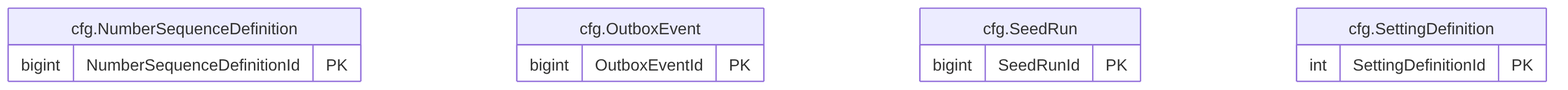
This is treasury-platform/docs/diagrams/erd/m0_config_3.png from thawrasy/smartlines, a Mermaid export, as it was before one commit. Its source is kept beside it as treasury-platform/docs/diagrams/erd/m0_config_3.mmd.
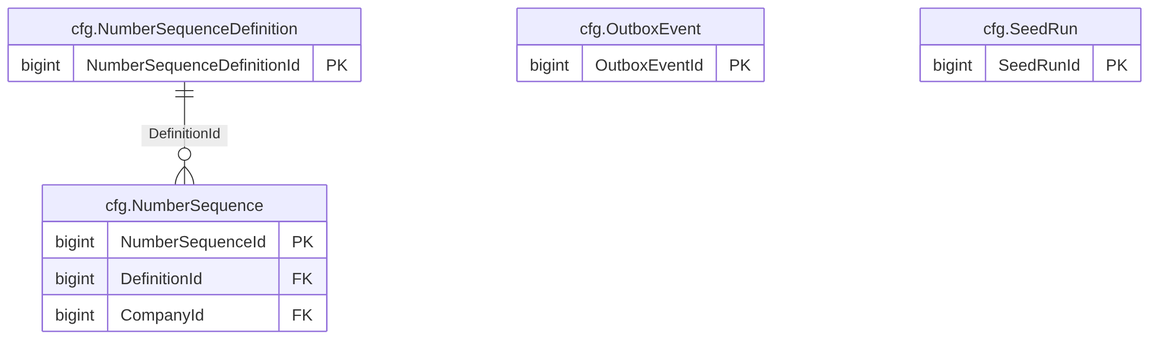
Later version of the same file.

Diff of the diagram source:
```diff
@@ -1,4 +1,9 @@
 erDiagram
+  cfg_NumberSequence["cfg.NumberSequence"] {
+    bigint NumberSequenceId PK
+    bigint DefinitionId FK
+    bigint CompanyId FK
+  }
   cfg_NumberSequenceDefinition["cfg.NumberSequenceDefinition"] {
     bigint NumberSequenceDefinitionId PK
   }
@@ -8,6 +13,4 @@
   cfg_SeedRun["cfg.SeedRun"] {
     bigint SeedRunId PK
   }
-  cfg_SettingDefinition["cfg.SettingDefinition"] {
-    int SettingDefinitionId PK
-  }
+  cfg_NumberSequenceDefinition ||--o{ cfg_NumberSequence : "DefinitionId"
```
